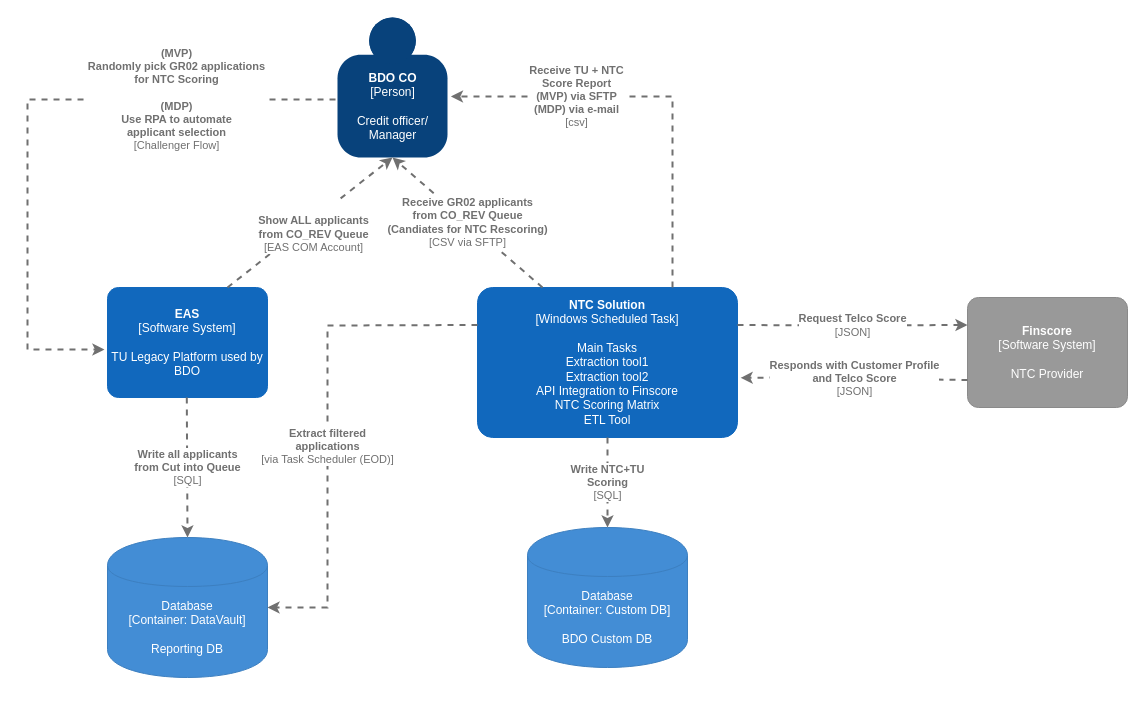
Above: page "LVL1:" (2 of 4) of BDO-NTC-EAS.drawio in howardleev/c4-draw.io (draw.io), before the change. Source tidied: cells renumbered, new cells numbered last; positions are measured from the earlier drawing's top-left corner, leaving out a move shared by most shapes. Both pictures are drawn from the tidied source at 100%, with x=0, y=0 at pixel (27, 17).
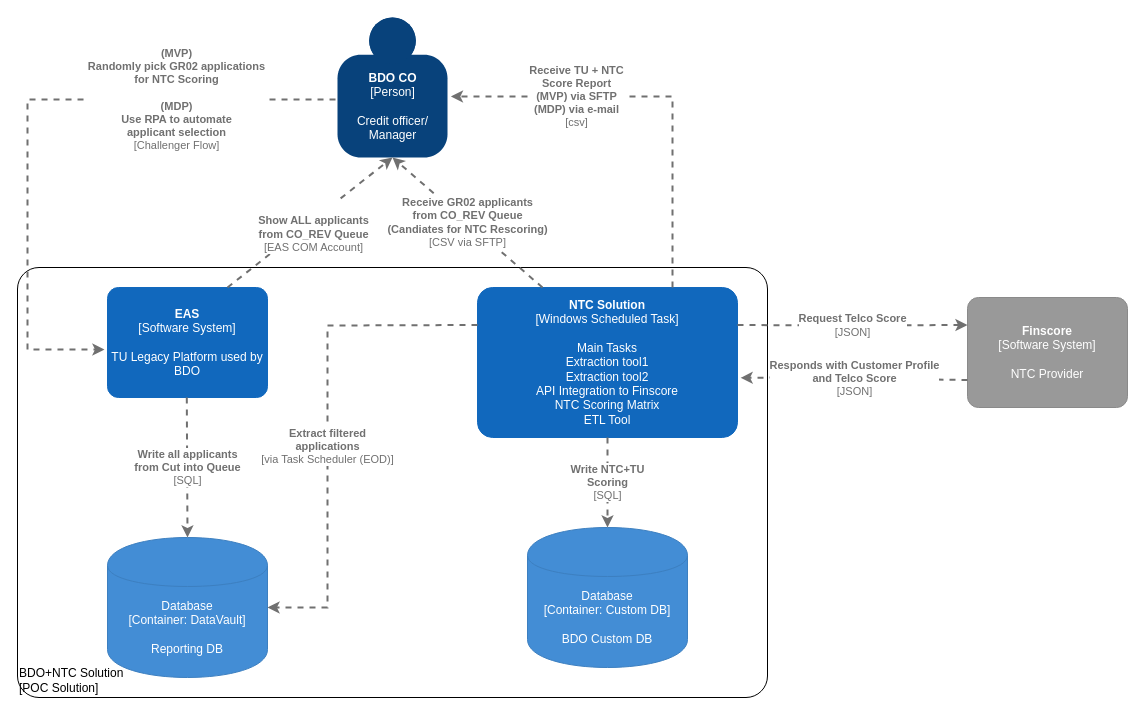
After the change.

Diff of the diagram source:
```diff
@@
+    <object id="17" label="&lt;div style=&quot;text-align: left&quot;&gt;%c4Name%&lt;/div&gt;&lt;div style=&quot;text-align: left&quot;&gt;[%c4Application%]&lt;/div&gt;" c4Application="POC Solution" c4Name="BDO+NTC Solution" placeholders="1">
+      <mxCell style="rounded=1;whiteSpace=wrap;html=1;labelBackgroundColor=none;fillColor=#ffffff;fontColor=#000000;align=left;arcSize=5;strokeColor=#000000;verticalAlign=bottom;metaData={&quot;c4Type&quot;:{&quot;editable&quot;:false}};" parent="1" vertex="1">
+        <mxGeometry x="-10" y="250" width="750" height="430" as="geometry" />
+      </mxCell>
+    </object>
```
